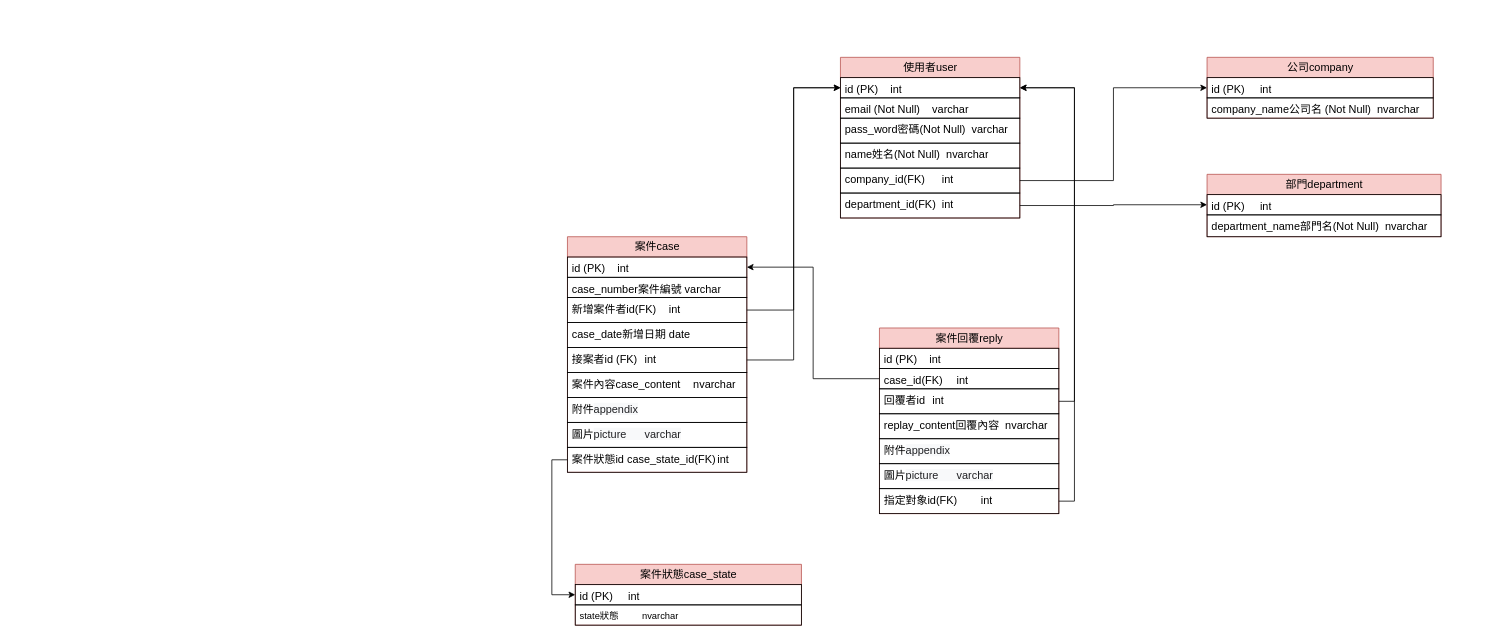
Before: DB設計圖.drawio in ViviChou1017/HTMLCSSProject, a draw.io diagram. Source tidied: cells renumbered, new cells numbered last; positions are measured from the earlier drawing's top-left corner, leaving out a move shared by most shapes. Both pictures are drawn from the tidied source at 78%, with x=0, y=0 at pixel (567, 57).
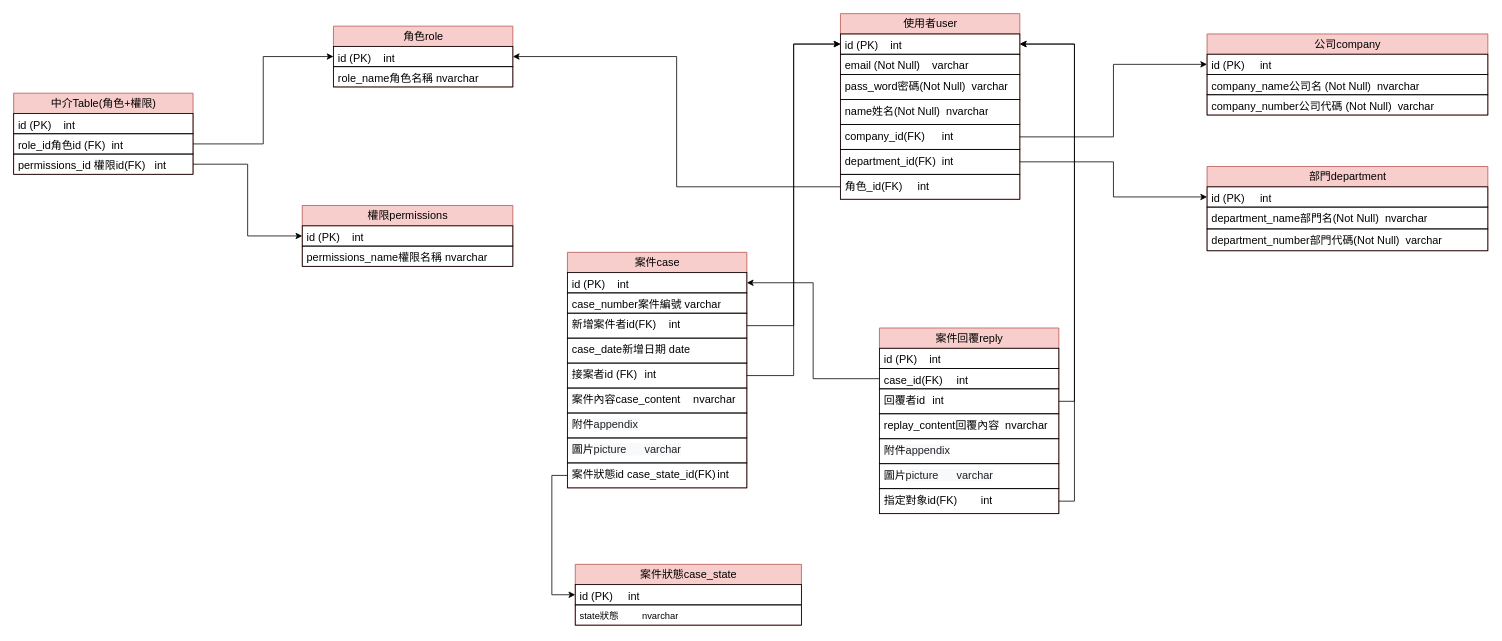
The same diagram, later.

Commit message:
更新DB設計圖.drawio

Diff of the diagram source:
```diff
@@
     <mxCell id="2" value="&lt;font style=&quot;font-size: 14px;&quot;&gt;使用者user&lt;/font&gt;" style="swimlane;fontStyle=0;horizontal=1;startSize=26;fillColor=#f8cecc;html=1;strokeColor=#b85450;" parent="1" vertex="1">
-      <mxGeometry x="350" width="230" height="206" as="geometry" />
+      <mxGeometry x="350" y="-56" width="230" height="238" as="geometry" />
     </mxCell>
@@
+    <mxCell id="44" value="&lt;span style=&quot;font-size: 14px;&quot;&gt;角色_id(FK)&lt;span style=&quot;white-space: pre;&quot;&gt;&#9;&lt;/span&gt;int&lt;/span&gt;" style="text;strokeColor=default;fillColor=none;align=left;verticalAlign=top;spacingLeft=4;spacingRight=4;overflow=hidden;points=[[0,0.5],[1,0.5]];portConstraint=eastwest;whiteSpace=wrap;html=1;" parent="2" vertex="1">
+      <mxGeometry y="206" width="230" height="32" as="geometry" />
+    </mxCell>
     <mxCell id="9" value="&lt;span style=&quot;font-size: 14px;&quot;&gt;公司company&lt;/span&gt;" style="swimlane;fontStyle=0;horizontal=1;startSize=26;fillColor=#f8cecc;html=1;strokeColor=#b85450;" parent="1" vertex="1">
-      <mxGeometry x="820" width="290" height="78" as="geometry" />
+      <mxGeometry x="820" y="-30" width="360" height="104" as="geometry" />
     </mxCell>
     <mxCell id="10" value="&lt;font style=&quot;font-size: 14px;&quot;&gt;id (PK)&lt;span style=&quot;white-space: pre;&quot;&gt;&#9;&lt;/span&gt;int&lt;/font&gt;" style="text;strokeColor=default;fillColor=none;align=left;verticalAlign=top;spacingLeft=4;spacingRight=4;overflow=hidden;points=[[0,0.5],[1,0.5]];portConstraint=eastwest;whiteSpace=wrap;html=1;" parent="9" vertex="1">
-      <mxGeometry y="26" width="290" height="26" as="geometry" />
+      <mxGeometry y="26" width="360" height="26" as="geometry" />
     </mxCell>
     <mxCell id="11" value="&lt;span style=&quot;font-size: 14px;&quot;&gt;company_name公司名 (Not Null)&amp;nbsp; nvarchar&lt;/span&gt;" style="text;strokeColor=default;fillColor=none;align=left;verticalAlign=top;spacingLeft=4;spacingRight=4;overflow=hidden;whiteSpace=wrap;html=1;" parent="9" vertex="1">
-      <mxGeometry y="52" width="290" height="26" as="geometry" />
+      <mxGeometry y="52" width="360" height="26" as="geometry" />
     </mxCell>
+    <mxCell id="45" value="&lt;span style=&quot;font-size: 14px;&quot;&gt;company_number公司代碼 (Not Null)&amp;nbsp; varchar&lt;/span&gt;" style="text;strokeColor=default;fillColor=none;align=left;verticalAlign=top;spacingLeft=4;spacingRight=4;overflow=hidden;whiteSpace=wrap;html=1;" parent="9" vertex="1">
+      <mxGeometry y="78" width="360" height="26" as="geometry" />
+    </mxCell>
     <mxCell id="12" value="&lt;span style=&quot;font-size: 14px;&quot;&gt;部門department&lt;/span&gt;" style="swimlane;fontStyle=0;horizontal=1;startSize=26;fillColor=#f8cecc;html=1;strokeColor=#b85450;" parent="1" vertex="1">
-      <mxGeometry x="820" y="150" width="300" height="80" as="geometry" />
+      <mxGeometry x="820" y="140" width="360" height="108" as="geometry" />
     </mxCell>
     <mxCell id="13" value="&lt;font style=&quot;font-size: 14px;&quot;&gt;id (PK)&lt;span style=&quot;white-space: pre;&quot;&gt;&#9;&lt;/span&gt;int&lt;/font&gt;" style="text;strokeColor=default;fillColor=none;align=left;verticalAlign=top;spacingLeft=4;spacingRight=4;overflow=hidden;points=[[0,0.5],[1,0.5]];portConstraint=eastwest;whiteSpace=wrap;html=1;" parent="12" vertex="1">
-      <mxGeometry y="26" width="300" height="26" as="geometry" />
+      <mxGeometry y="26" width="360" height="26" as="geometry" />
     </mxCell>
     <mxCell id="14" value="&lt;span style=&quot;font-size: 14px;&quot;&gt;department_name部門名(Not Null)&amp;nbsp; nvarchar&lt;/span&gt;" style="text;strokeColor=default;fillColor=none;align=left;verticalAlign=top;spacingLeft=4;spacingRight=4;overflow=hidden;whiteSpace=wrap;html=1;" parent="12" vertex="1">
-      <mxGeometry y="52" width="300" height="28" as="geometry" />
+      <mxGeometry y="52" width="360" height="28" as="geometry" />
     </mxCell>
+    <mxCell id="46" value="&lt;span style=&quot;font-size: 14px;&quot;&gt;department_number部門代碼(Not Null)&amp;nbsp; varchar&lt;/span&gt;" style="text;strokeColor=default;fillColor=none;align=left;verticalAlign=top;spacingLeft=4;spacingRight=4;overflow=hidden;whiteSpace=wrap;html=1;" parent="12" vertex="1">
+      <mxGeometry y="80" width="360" height="28" as="geometry" />
+    </mxCell>
     <mxCell id="15" value="&lt;span style=&quot;font-size: 14px;&quot;&gt;案件case&lt;/span&gt;" style="swimlane;fontStyle=0;horizontal=1;startSize=26;fillColor=#f8cecc;html=1;strokeColor=#b85450;" parent="1" vertex="1">
-      <mxGeometry y="230" width="230" height="302" as="geometry" />
+      <mxGeometry y="250" width="230" height="302" as="geometry" />
     </mxCell>
@@
+    <mxCell id="47" value="&lt;span style=&quot;font-size: 14px;&quot;&gt;角色role&lt;/span&gt;" style="swimlane;fontStyle=0;horizontal=1;startSize=26;fillColor=#f8cecc;html=1;strokeColor=#b85450;" parent="1" vertex="1">
+      <mxGeometry x="-300" y="-40" width="230" height="78" as="geometry" />
+    </mxCell>
+    <mxCell id="48" value="&lt;font style=&quot;font-size: 14px;&quot;&gt;id (PK)&amp;nbsp; &amp;nbsp; int&lt;/font&gt;" style="text;strokeColor=default;fillColor=none;align=left;verticalAlign=top;spacingLeft=4;spacingRight=4;overflow=hidden;points=[[0,0.5],[1,0.5]];portConstraint=eastwest;whiteSpace=wrap;html=1;" parent="47" vertex="1">
+      <mxGeometry y="26" width="230" height="26" as="geometry" />
+    </mxCell>
+    <mxCell id="49" value="&lt;span style=&quot;font-size: 14px;&quot;&gt;role_name角色名稱 nvarchar&lt;/span&gt;" style="text;strokeColor=default;fillColor=none;align=left;verticalAlign=top;spacingLeft=4;spacingRight=4;overflow=hidden;whiteSpace=wrap;html=1;" parent="47" vertex="1">
+      <mxGeometry y="52" width="230" height="26" as="geometry" />
+    </mxCell>
+    <mxCell id="50" value="&lt;span style=&quot;font-size: 14px;&quot;&gt;權限permissions&lt;/span&gt;" style="swimlane;fontStyle=0;horizontal=1;startSize=26;fillColor=#f8cecc;html=1;strokeColor=#b85450;" parent="1" vertex="1">
+      <mxGeometry x="-340" y="190" width="270" height="78" as="geometry" />
+    </mxCell>
+    <mxCell id="51" value="&lt;font style=&quot;font-size: 14px;&quot;&gt;id (PK)&amp;nbsp; &amp;nbsp; int&lt;/font&gt;" style="text;strokeColor=default;fillColor=none;align=left;verticalAlign=top;spacingLeft=4;spacingRight=4;overflow=hidden;points=[[0,0.5],[1,0.5]];portConstraint=eastwest;whiteSpace=wrap;html=1;" parent="50" vertex="1">
+      <mxGeometry y="26" width="270" height="26" as="geometry" />
+    </mxCell>
+    <mxCell id="52" value="&lt;span style=&quot;font-size: 14px;&quot;&gt;permissions_name權限名稱 nvarchar&lt;/span&gt;" style="text;strokeColor=default;fillColor=none;align=left;verticalAlign=top;spacingLeft=4;spacingRight=4;overflow=hidden;whiteSpace=wrap;html=1;" parent="50" vertex="1">
+      <mxGeometry y="52" width="270" height="26" as="geometry" />
+    </mxCell>
+    <mxCell id="53" value="&lt;span style=&quot;font-size: 14px;&quot;&gt;中介Table(角色+權限)&lt;/span&gt;" style="swimlane;fontStyle=0;horizontal=1;startSize=26;fillColor=#f8cecc;html=1;strokeColor=#b85450;" parent="1" vertex="1">
+      <mxGeometry x="-710" y="46" width="230" height="104" as="geometry" />
+    </mxCell>
+    <mxCell id="54" value="&lt;font style=&quot;font-size: 14px;&quot;&gt;id (PK)&amp;nbsp; &amp;nbsp; int&lt;/font&gt;" style="text;strokeColor=default;fillColor=none;align=left;verticalAlign=top;spacingLeft=4;spacingRight=4;overflow=hidden;whiteSpace=wrap;html=1;" parent="53" vertex="1">
+      <mxGeometry y="26" width="230" height="26" as="geometry" />
+    </mxCell>
+    <mxCell id="55" value="&lt;span style=&quot;font-size: 14px;&quot;&gt;role_id角色id (FK)&amp;nbsp; int&lt;/span&gt;" style="text;strokeColor=default;fillColor=none;align=left;verticalAlign=top;spacingLeft=4;spacingRight=4;overflow=hidden;points=[[0,0.5],[1,0.5]];portConstraint=eastwest;whiteSpace=wrap;html=1;" parent="53" vertex="1">
+      <mxGeometry y="52" width="230" height="26" as="geometry" />
+    </mxCell>
+    <mxCell id="56" value="&lt;font style=&quot;font-size: 14px;&quot;&gt;permissions_id 權限id(FK)&amp;nbsp; &amp;nbsp;int&lt;/font&gt;" style="text;strokeColor=default;fillColor=none;align=left;verticalAlign=top;spacingLeft=4;spacingRight=4;overflow=hidden;points=[[0,0.5],[1,0.5]];portConstraint=eastwest;whiteSpace=wrap;html=1;" parent="53" vertex="1">
+      <mxGeometry y="78" width="230" height="26" as="geometry" />
+    </mxCell>
+    <mxCell id="57" style="edgeStyle=orthogonalEdgeStyle;rounded=0;jettySize=auto;html=1;exitX=1;exitY=0.5;exitDx=0;exitDy=0;entryX=0;entryY=0.5;entryDx=0;entryDy=0;" parent="1" edge="1" source="55" target="48">
+      <mxGeometry relative="1" as="geometry" />
+    </mxCell>
+    <mxCell id="58" style="edgeStyle=orthogonalEdgeStyle;rounded=0;jettySize=auto;html=1;exitX=1;exitY=0.5;exitDx=0;exitDy=0;entryX=0;entryY=0.5;entryDx=0;entryDy=0;" parent="1" edge="1" source="56" target="51">
+      <mxGeometry relative="1" as="geometry" />
+    </mxCell>
+    <mxCell id="59" style="edgeStyle=orthogonalEdgeStyle;rounded=0;jettySize=auto;html=1;exitX=0;exitY=0.5;exitDx=0;exitDy=0;entryX=1;entryY=0.5;entryDx=0;entryDy=0;" parent="1" edge="1" source="44" target="48">
+      <mxGeometry relative="1" as="geometry" />
+    </mxCell>
```
